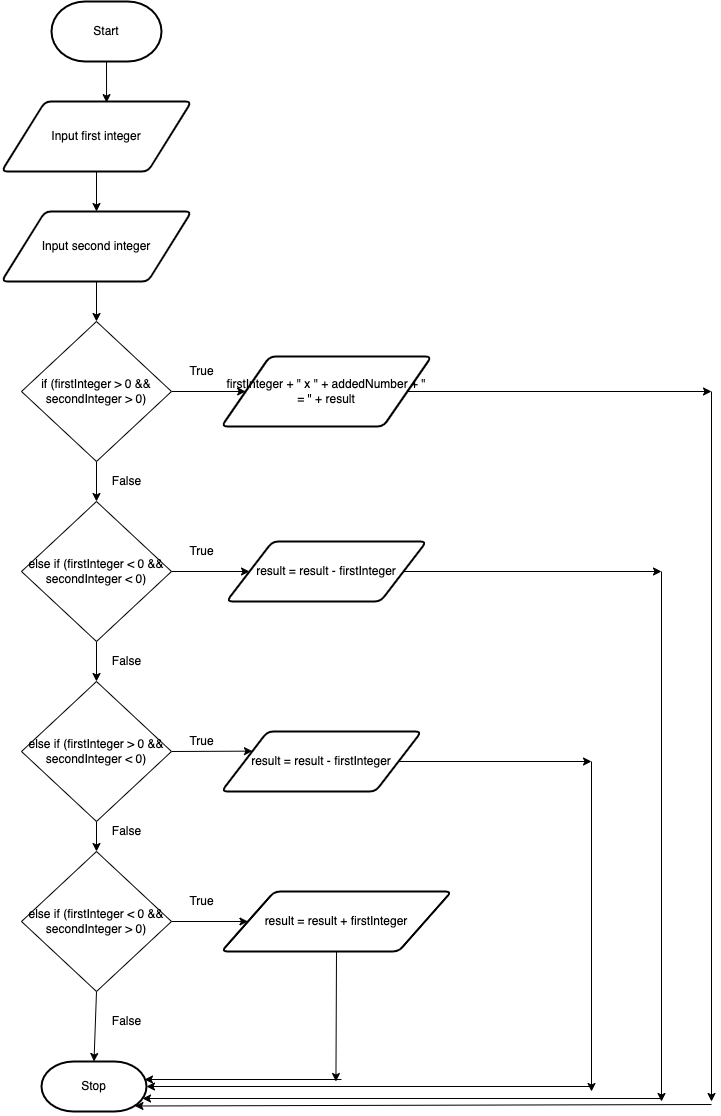
joannesanthosh/ICS20-Unit5-06-HTML keeps this draw.io diagram as design/flowchart.png. Above is the earlier version. Source tidied: cells renumbered, new cells last; positions are measured from the earlier drawing's top-left corner, leaving out a move shared by most shapes.
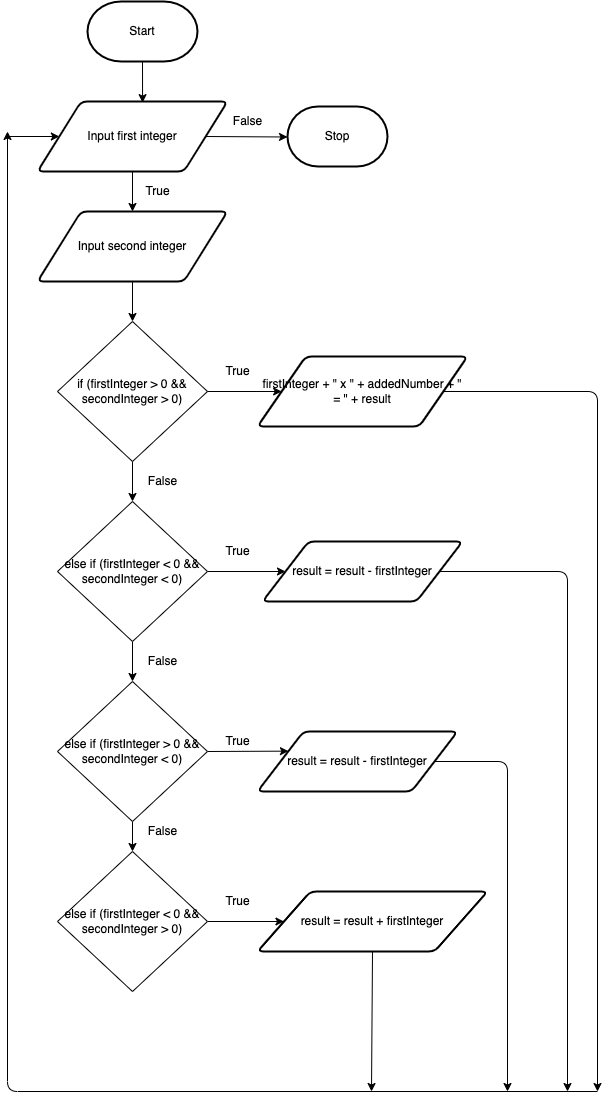
The same diagram one commit later.

What changed in the source:
```diff
@@ -11,12 +11,12 @@
     <mxCell id="4" style="edgeStyle=none;html=1;exitX=0.5;exitY=1;exitDx=0;exitDy=0;" parent="1" edge="1" source="5" target="11">
       <mxGeometry relative="1" as="geometry" />
     </mxCell>
+    <mxCell id="44" style="edgeStyle=elbowEdgeStyle;elbow=vertical;html=1;exitX=1;exitY=0.5;exitDx=0;exitDy=0;entryX=0;entryY=0.5;entryDx=0;entryDy=0;entryPerimeter=0;" parent="1" edge="1" source="5" target="6">
+      <mxGeometry relative="1" as="geometry" />
+    </mxCell>
     <mxCell id="5" value="Input first integer" style="shape=parallelogram;html=1;strokeWidth=2;perimeter=parallelogramPerimeter;whiteSpace=wrap;rounded=1;arcSize=12;size=0.23;" parent="1" vertex="1">
       <mxGeometry y="100" width="190" height="70" as="geometry" />
     </mxCell>
-    <mxCell id="6" value="Stop" style="strokeWidth=2;html=1;shape=mxgraph.flowchart.terminator;whiteSpace=wrap;" parent="1" vertex="1">
-      <mxGeometry x="40" y="1060" width="105" height="50" as="geometry" />
-    </mxCell>
     <mxCell id="7" style="edgeStyle=none;html=1;exitX=0.5;exitY=1;exitDx=0;exitDy=0;entryX=0.5;entryY=0;entryDx=0;entryDy=0;" parent="1" edge="1" source="9" target="14">
       <mxGeometry relative="1" as="geometry" />
     </mxCell>
@@ -53,33 +53,30 @@
     <mxCell id="18" style="edgeStyle=none;html=1;exitX=1;exitY=0.5;exitDx=0;exitDy=0;entryX=0;entryY=0.5;entryDx=0;entryDy=0;" parent="1" edge="1" source="20" target="27">
       <mxGeometry relative="1" as="geometry" />
     </mxCell>
-    <mxCell id="19" style="edgeStyle=none;html=1;exitX=0.5;exitY=1;exitDx=0;exitDy=0;entryX=0.5;entryY=0;entryDx=0;entryDy=0;entryPerimeter=0;" parent="1" edge="1" source="20" target="6">
-      <mxGeometry relative="1" as="geometry" />
-    </mxCell>
     <mxCell id="20" value="else if (firstInteger &amp;lt; 0 &amp;amp;&amp;amp; secondInteger &amp;gt; 0)" style="rhombus;whiteSpace=wrap;html=1;" parent="1" vertex="1">
       <mxGeometry x="20" y="850" width="150" height="140" as="geometry" />
     </mxCell>
-    <mxCell id="21" style="edgeStyle=none;html=1;exitX=1;exitY=0.5;exitDx=0;exitDy=0;" parent="1" edge="1" source="22">
-      <mxGeometry relative="1" as="geometry">
-        <mxPoint x="710" y="390" as="targetPoint" />
-      </mxGeometry>
-    </mxCell>
+    <mxCell id="45" style="edgeStyle=orthogonalEdgeStyle;html=1;exitX=1;exitY=0.5;exitDx=0;exitDy=0;" parent="1" edge="1" source="22">
+      <mxGeometry relative="1" as="geometry">
+        <mxPoint x="560" y="1090" as="targetPoint" />
+      </mxGeometry>
+    </mxCell>
     <mxCell id="22" value="firstInteger + &quot; x &quot; + addedNumber + &quot; = &quot; + result" style="shape=parallelogram;html=1;strokeWidth=2;perimeter=parallelogramPerimeter;whiteSpace=wrap;rounded=1;arcSize=12;size=0.23;" parent="1" vertex="1">
       <mxGeometry x="220" y="355" width="210" height="70" as="geometry" />
     </mxCell>
-    <mxCell id="23" style="edgeStyle=none;html=1;exitX=1;exitY=0.5;exitDx=0;exitDy=0;" parent="1" edge="1" source="24">
-      <mxGeometry relative="1" as="geometry">
-        <mxPoint x="660" y="570" as="targetPoint" />
-      </mxGeometry>
-    </mxCell>
+    <mxCell id="46" style="edgeStyle=orthogonalEdgeStyle;html=1;exitX=1;exitY=0.5;exitDx=0;exitDy=0;" parent="1" edge="1" source="24">
+      <mxGeometry relative="1" as="geometry">
+        <mxPoint x="530" y="1090" as="targetPoint" />
+      </mxGeometry>
+    </mxCell>
     <mxCell id="24" value="result = result - firstInteger" style="shape=parallelogram;html=1;strokeWidth=2;perimeter=parallelogramPerimeter;whiteSpace=wrap;rounded=1;arcSize=12;size=0.23;" parent="1" vertex="1">
       <mxGeometry x="225" y="540" width="200" height="60" as="geometry" />
     </mxCell>
-    <mxCell id="25" style="edgeStyle=none;html=1;exitX=1;exitY=0.5;exitDx=0;exitDy=0;" parent="1" edge="1" source="26">
-      <mxGeometry relative="1" as="geometry">
-        <mxPoint x="590" y="760" as="targetPoint" />
-      </mxGeometry>
-    </mxCell>
+    <mxCell id="47" style="edgeStyle=orthogonalEdgeStyle;html=1;exitX=1;exitY=0.5;exitDx=0;exitDy=0;" parent="1" edge="1" source="26">
+      <mxGeometry relative="1" as="geometry">
+        <mxPoint x="470" y="1090" as="targetPoint" />
+      </mxGeometry>
+    </mxCell>
     <mxCell id="26" value="result = result - firstInteger" style="shape=parallelogram;html=1;strokeWidth=2;perimeter=parallelogramPerimeter;whiteSpace=wrap;rounded=1;arcSize=12;size=0.23;" parent="1" vertex="1">
       <mxGeometry x="220" y="730" width="200" height="60" as="geometry" />
     </mxCell>
@@ -107,51 +104,33 @@
     <mxCell id="34" value="False" style="text;html=1;align=center;verticalAlign=middle;fillColor=none;strokeColor=none;rounded=0;" parent="1" vertex="1">
       <mxGeometry x="100" y="470" width="50" height="20" as="geometry" />
     </mxCell>
-    <mxCell id="35" value="False" style="text;html=1;align=center;verticalAlign=middle;fillColor=none;strokeColor=none;rounded=0;" parent="1" vertex="1">
-      <mxGeometry x="100" y="1010" width="50" height="20" as="geometry" />
-    </mxCell>
-    <mxCell id="36" style="edgeStyle=none;html=1;" parent="1" edge="1">
-      <mxGeometry relative="1" as="geometry">
-        <mxPoint x="710" y="390" as="sourcePoint" />
-        <mxPoint x="710" y="1100" as="targetPoint" />
-      </mxGeometry>
-    </mxCell>
-    <mxCell id="37" style="edgeStyle=none;html=1;entryX=0.89;entryY=0.89;entryDx=0;entryDy=0;entryPerimeter=0;" parent="1" edge="1" target="6">
-      <mxGeometry relative="1" as="geometry">
-        <mxPoint x="710" y="1103" as="sourcePoint" />
-      </mxGeometry>
-    </mxCell>
-    <mxCell id="38" style="edgeStyle=none;html=1;" parent="1" edge="1">
-      <mxGeometry relative="1" as="geometry">
-        <mxPoint x="660" y="570" as="sourcePoint" />
-        <mxPoint x="660" y="1100" as="targetPoint" />
-      </mxGeometry>
-    </mxCell>
-    <mxCell id="39" style="edgeStyle=none;html=1;entryX=0.962;entryY=0.74;entryDx=0;entryDy=0;entryPerimeter=0;" parent="1" edge="1" target="6">
-      <mxGeometry relative="1" as="geometry">
-        <mxPoint x="660" y="1097" as="sourcePoint" />
-      </mxGeometry>
-    </mxCell>
-    <mxCell id="40" style="edgeStyle=none;html=1;" parent="1" edge="1">
-      <mxGeometry relative="1" as="geometry">
-        <mxPoint x="590" y="760" as="sourcePoint" />
-        <mxPoint x="590" y="1090" as="targetPoint" />
-      </mxGeometry>
-    </mxCell>
-    <mxCell id="41" style="edgeStyle=none;html=1;entryX=1;entryY=0.5;entryDx=0;entryDy=0;entryPerimeter=0;" parent="1" edge="1" target="6">
-      <mxGeometry relative="1" as="geometry">
-        <mxPoint x="590" y="1085" as="sourcePoint" />
-      </mxGeometry>
-    </mxCell>
     <mxCell id="42" style="edgeStyle=none;html=1;exitX=0.5;exitY=1;exitDx=0;exitDy=0;" parent="1" edge="1" source="27">
       <mxGeometry relative="1" as="geometry">
-        <mxPoint x="334.4" y="1080" as="targetPoint" />
+        <mxPoint x="334" y="1090" as="targetPoint" />
       </mxGeometry>
     </mxCell>
-    <mxCell id="43" style="edgeStyle=none;html=1;entryX=0.981;entryY=0.36;entryDx=0;entryDy=0;entryPerimeter=0;" parent="1" edge="1" target="6">
+    <mxCell id="43" style="edgeStyle=elbowEdgeStyle;html=1;elbow=vertical;" parent="1" edge="1">
       <mxGeometry relative="1" as="geometry">
-        <mxPoint x="340" y="1078" as="sourcePoint" />
+        <mxPoint x="560" y="1090" as="sourcePoint" />
+        <mxPoint x="-30" y="130" as="targetPoint" />
+        <Array as="points">
+          <mxPoint x="140" y="1090" />
+        </Array>
       </mxGeometry>
     </mxCell>
+    <mxCell id="48" style="endArrow=classic;html=1;elbow=vertical;entryX=0;entryY=0.5;entryDx=0;entryDy=0;" parent="1" edge="1" target="5">
+      <mxGeometry relative="1" as="geometry">
+        <mxPoint x="-30" y="135" as="sourcePoint" />
+      </mxGeometry>
+    </mxCell>
+    <mxCell id="6" value="Stop" style="strokeWidth=2;html=1;shape=mxgraph.flowchart.terminator;whiteSpace=wrap;" parent="1" vertex="1">
+      <mxGeometry x="250" y="105" width="100" height="60" as="geometry" />
+    </mxCell>
+    <mxCell id="49" value="True" style="text;html=1;align=center;verticalAlign=middle;fillColor=none;strokeColor=none;rounded=0;" parent="1" vertex="1">
+      <mxGeometry x="100" y="180" width="40" height="20" as="geometry" />
+    </mxCell>
+    <mxCell id="35" value="False" style="text;html=1;align=center;verticalAlign=middle;fillColor=none;strokeColor=none;rounded=0;" parent="1" vertex="1">
+      <mxGeometry x="185" y="110" width="50" height="20" as="geometry" />
+    </mxCell>
   </root>
 </mxGraphModel>
```
